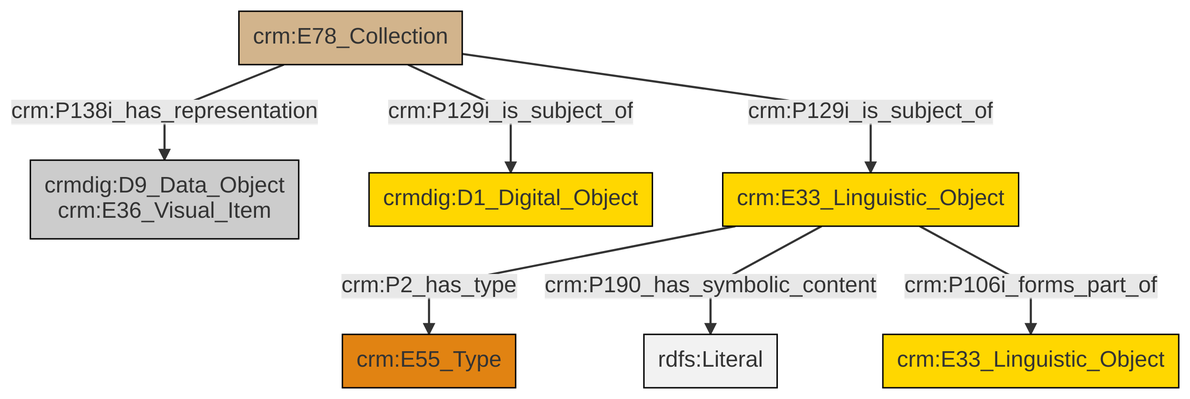
Above: et/archivalCSV/ttl/mmd/png/archival_docs.png in swiss-art-research-net/docs.swissartresearch (Mermaid), before the change. Its source is kept beside it as et/archivalCSV/ttl/mmd/archival_docs.ttl.mmd.
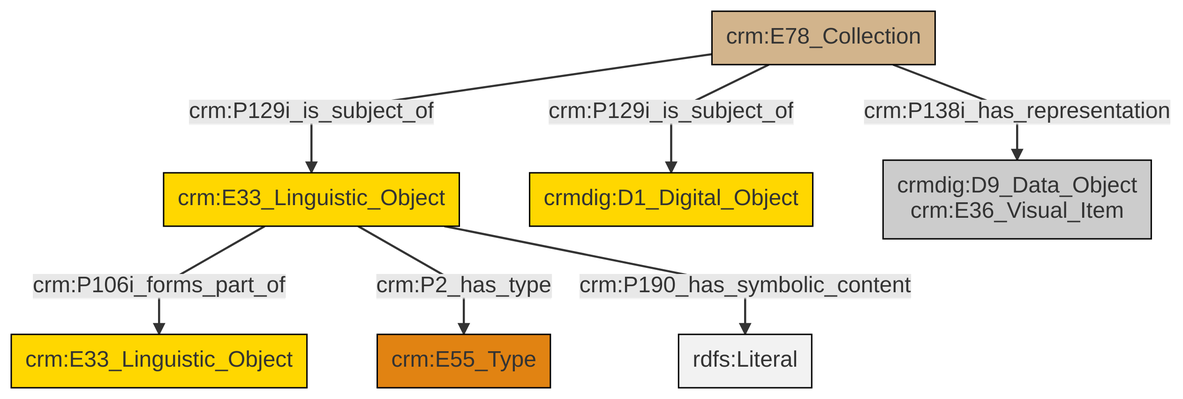
The same diagram one commit later.

The edit, as a diff of the source:
```diff
@@ -13,9 +13,9 @@
 classDef PC_Classes fill:#4ce600, stroke:#000000;
 classDef Multi fill:#cccccc,stroke:#000000;
 
-0["crm:E78_Collection"]:::Physical_Thing -->|crm:P138i_has_representation| 2["crmdig:D9_Data_Object<br>crm:E36_Visual_Item"]:::Multi
-5["crm:E33_Linguistic_Object"]:::Conceptual_Object -->|crm:P2_has_type| 6["crm:E55_Type"]:::Type
-5["crm:E33_Linguistic_Object"]:::Conceptual_Object -->|crm:P190_has_symbolic_content| 10[rdfs:Literal]:::Literal
-0["crm:E78_Collection"]:::Physical_Thing -->|crm:P129i_is_subject_of| 5["crm:E33_Linguistic_Object"]:::Conceptual_Object
-5["crm:E33_Linguistic_Object"]:::Conceptual_Object -->|crm:P106i_forms_part_of| 7["crm:E33_Linguistic_Object"]:::Conceptual_Object
-0["crm:E78_Collection"]:::Physical_Thing -->|crm:P129i_is_subject_of| 3["crmdig:D1_Digital_Object"]:::Conceptual_Object
+0["crm:E78_Collection"]:::Physical_Thing -->|crm:P129i_is_subject_of| 1["crm:E33_Linguistic_Object"]:::Conceptual_Object
+1["crm:E33_Linguistic_Object"]:::Conceptual_Object -->|crm:P106i_forms_part_of| 3["crm:E33_Linguistic_Object"]:::Conceptual_Object
+0["crm:E78_Collection"]:::Physical_Thing -->|crm:P129i_is_subject_of| 4["crmdig:D1_Digital_Object"]:::Conceptual_Object
+1["crm:E33_Linguistic_Object"]:::Conceptual_Object -->|crm:P2_has_type| 8["crm:E55_Type"]:::Type
+1["crm:E33_Linguistic_Object"]:::Conceptual_Object -->|crm:P190_has_symbolic_content| 11[rdfs:Literal]:::Literal
+0["crm:E78_Collection"]:::Physical_Thing -->|crm:P138i_has_representation| 6["crmdig:D9_Data_Object<br>crm:E36_Visual_Item"]:::Multi
```
